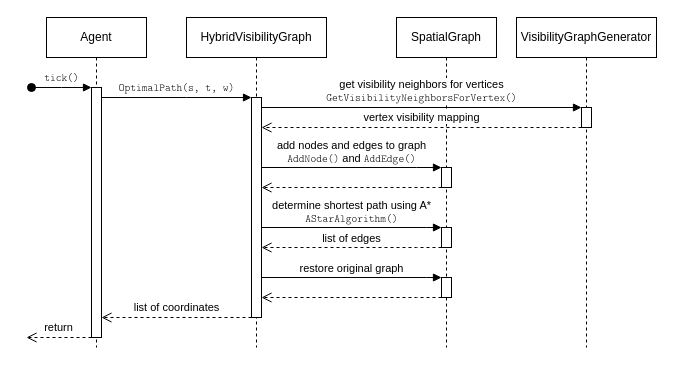
Earlier version of the draw.io diagram presentation/images/components-sequence-routing-short.drawio (hauke96/master-thesis). Source tidied: cells renumbered, new cells numbered last; positions are measured from the earlier drawing's top-left corner, leaving out a move shared by most shapes. Both pictures are drawn from the tidied source at 100%, with x=0, y=0 at pixel (26, 17).
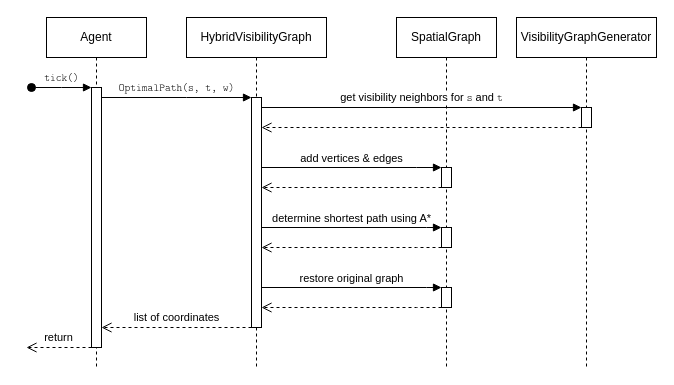
After the change.

The change refers to these unchanged cells:
```xml
<mxCell id="10" style="html=1;points=[];perimeter=orthogonalPerimeter;outlineConnect=0;targetShapes=umlLifeline;portConstraint=eastwest;newEdgeStyle={&quot;edgeStyle&quot;:&quot;elbowEdgeStyle&quot;,&quot;elbow&quot;:&quot;vertical&quot;,&quot;curved&quot;:0,&quot;rounded&quot;:0};fontFamily=Linux Libertine;" parent="9" vertex="1">
  <mxGeometry x="65" y="90" width="10" height="20" as="geometry" />
</mxCell>
<mxCell id="13" style="html=1;points=[];perimeter=orthogonalPerimeter;outlineConnect=0;targetShapes=umlLifeline;portConstraint=eastwest;newEdgeStyle={&quot;edgeStyle&quot;:&quot;elbowEdgeStyle&quot;,&quot;elbow&quot;:&quot;vertical&quot;,&quot;curved&quot;:0,&quot;rounded&quot;:0};" parent="12" vertex="1">
  <mxGeometry x="45" y="210" width="10" height="20" as="geometry" />
</mxCell>
<mxCell id="14" style="html=1;points=[];perimeter=orthogonalPerimeter;outlineConnect=0;targetShapes=umlLifeline;portConstraint=eastwest;newEdgeStyle={&quot;edgeStyle&quot;:&quot;elbowEdgeStyle&quot;,&quot;elbow&quot;:&quot;vertical&quot;,&quot;curved&quot;:0,&quot;rounded&quot;:0};" parent="12" vertex="1">
  <mxGeometry x="45" y="150" width="10" height="20" as="geometry" />
</mxCell>
```

Diff of the diagram source:
```diff
@@
     <mxCell id="2" value="Agent" style="shape=umlLifeline;perimeter=lifelinePerimeter;whiteSpace=wrap;html=1;newEdgeStyle={&quot;edgeStyle&quot;:&quot;elbowEdgeStyle&quot;,&quot;elbow&quot;:&quot;vertical&quot;,&quot;curved&quot;:0,&quot;rounded&quot;:0};fontFamily=Linux Libertine;" parent="1" vertex="1">
-      <mxGeometry x="20" width="100" height="330" as="geometry" />
+      <mxGeometry x="20" width="100" height="350" as="geometry" />
     </mxCell>
     <mxCell id="3" style="html=1;points=[];perimeter=orthogonalPerimeter;outlineConnect=0;targetShapes=umlLifeline;portConstraint=eastwest;newEdgeStyle={&quot;edgeStyle&quot;:&quot;elbowEdgeStyle&quot;,&quot;elbow&quot;:&quot;vertical&quot;,&quot;curved&quot;:0,&quot;rounded&quot;:0};fontFamily=Linux Libertine;" parent="2" vertex="1">
-      <mxGeometry x="45" y="70" width="10" height="250" as="geometry" />
+      <mxGeometry x="45" y="70" width="10" height="260" as="geometry" />
     </mxCell>
@@
     <mxCell id="5" value="HybridVisibilityGraph" style="shape=umlLifeline;perimeter=lifelinePerimeter;whiteSpace=wrap;html=1;newEdgeStyle={&quot;edgeStyle&quot;:&quot;elbowEdgeStyle&quot;,&quot;elbow&quot;:&quot;vertical&quot;,&quot;curved&quot;:0,&quot;rounded&quot;:0};fontFamily=Linux Libertine;" parent="1" vertex="1">
-      <mxGeometry x="160" width="140" height="330" as="geometry" />
+      <mxGeometry x="160" width="140" height="350" as="geometry" />
     </mxCell>
     <mxCell id="6" style="html=1;points=[];perimeter=orthogonalPerimeter;outlineConnect=0;targetShapes=umlLifeline;portConstraint=eastwest;newEdgeStyle={&quot;edgeStyle&quot;:&quot;elbowEdgeStyle&quot;,&quot;elbow&quot;:&quot;vertical&quot;,&quot;curved&quot;:0,&quot;rounded&quot;:0};fontFamily=Linux Libertine;" parent="5" vertex="1">
-      <mxGeometry x="65" y="80" width="10" height="220" as="geometry" />
+      <mxGeometry x="65" y="80" width="10" height="230" as="geometry" />
     </mxCell>
@@
     <mxCell id="8" value="list of coordinates" style="html=1;verticalAlign=bottom;endArrow=open;dashed=1;endSize=8;edgeStyle=elbowEdgeStyle;elbow=vertical;curved=0;rounded=0;fontFamily=Linux Libertine;spacing=3;" parent="1" edge="1" source="6" target="3">
       <mxGeometry relative="1" as="geometry">
         <Array as="points">
-          <mxPoint x="210" y="300" />
+          <mxPoint x="210" y="310" />
           <mxPoint x="200" y="290" />
           <mxPoint x="110" y="280" />
           <mxPoint x="150" y="260" />
           <mxPoint x="180" y="190" />
           <mxPoint x="100" y="230" />
           <mxPoint x="190" y="190" />
           <mxPoint x="220" y="200" />
           <mxPoint x="170" y="240" />
         </Array>
       </mxGeometry>
     </mxCell>
     <mxCell id="9" value="&lt;div&gt;VisibilityGraphGenerator&lt;/div&gt;" style="shape=umlLifeline;perimeter=lifelinePerimeter;whiteSpace=wrap;html=1;newEdgeStyle={&quot;edgeStyle&quot;:&quot;elbowEdgeStyle&quot;,&quot;elbow&quot;:&quot;vertical&quot;,&quot;curved&quot;:0,&quot;rounded&quot;:0};fontFamily=Linux Libertine;" parent="1" vertex="1">
-      <mxGeometry x="490" width="140" height="330" as="geometry" />
+      <mxGeometry x="490" width="140" height="350" as="geometry" />
     </mxCell>
@@
     <mxCell id="11" value="return" style="html=1;verticalAlign=bottom;endArrow=open;dashed=1;endSize=8;edgeStyle=elbowEdgeStyle;elbow=vertical;curved=0;rounded=0;fontFamily=Linux Libertine;spacing=3;" parent="1" edge="1" source="3">
       <mxGeometry relative="1" as="geometry">
-        <mxPoint y="320" as="targetPoint" />
+        <mxPoint y="330" as="targetPoint" />
         <Array as="points">
-          <mxPoint x="50" y="320" />
+          <mxPoint x="50" y="330" />
           <mxPoint x="40" y="390" />
           <mxPoint x="60" y="330" />
           <mxPoint x="50" y="350" />
           <mxPoint x="30" y="330" />
           <mxPoint x="105" y="390" />
           <mxPoint x="135" y="400" />
           <mxPoint x="85" y="440" />
         </Array>
       </mxGeometry>
     </mxCell>
     <mxCell id="12" value="SpatialGraph" style="shape=umlLifeline;perimeter=lifelinePerimeter;whiteSpace=wrap;html=1;newEdgeStyle={&quot;edgeStyle&quot;:&quot;elbowEdgeStyle&quot;,&quot;elbow&quot;:&quot;vertical&quot;,&quot;curved&quot;:0,&quot;rounded&quot;:0};fontFamily=Linux Libertine;" parent="1" vertex="1">
-      <mxGeometry x="370" width="100" height="330" as="geometry" />
+      <mxGeometry x="370" width="100" height="350" as="geometry" />
     </mxCell>
@@
     <mxCell id="15" style="html=1;points=[];perimeter=orthogonalPerimeter;outlineConnect=0;targetShapes=umlLifeline;portConstraint=eastwest;newEdgeStyle={&quot;edgeStyle&quot;:&quot;elbowEdgeStyle&quot;,&quot;elbow&quot;:&quot;vertical&quot;,&quot;curved&quot;:0,&quot;rounded&quot;:0};" parent="12" vertex="1">
-      <mxGeometry x="45" y="260" width="10" height="20" as="geometry" />
+      <mxGeometry x="45" y="270" width="10" height="20" as="geometry" />
     </mxCell>
-    <mxCell id="16" value="list of edges" style="html=1;verticalAlign=bottom;endArrow=open;dashed=1;endSize=8;edgeStyle=elbowEdgeStyle;elbow=vertical;curved=0;rounded=0;fontFamily=Linux Libertine;" parent="1" edge="1" source="13" target="6">
+    <mxCell id="16" style="html=1;verticalAlign=bottom;endArrow=open;dashed=1;endSize=8;edgeStyle=elbowEdgeStyle;elbow=vertical;curved=0;rounded=0;fontFamily=Linux Libertine;" parent="1" edge="1" source="13" target="6">
       <mxGeometry relative="1" as="geometry">
         <Array as="points">
           <mxPoint x="390" y="230" />
           <mxPoint x="340" y="270" />
           <mxPoint x="550" y="270" />
           <mxPoint x="500" y="240" />
           <mxPoint x="550" y="220" />
           <mxPoint x="360" y="190" />
         </Array>
       </mxGeometry>
     </mxCell>
-    <mxCell id="17" value="&lt;div&gt;determine shortest path using A*&lt;/div&gt;&lt;div&gt;&lt;font face=&quot;Latin Modern Mono Light&quot;&gt;AStarAlgorithm()&lt;/font&gt;&lt;br&gt;&lt;/div&gt;" style="html=1;verticalAlign=bottom;endArrow=block;edgeStyle=elbowEdgeStyle;elbow=vertical;curved=0;rounded=0;fontFamily=Linux Libertine;" parent="1" edge="1" source="6" target="13">
+    <mxCell id="17" value="&lt;div&gt;determine shortest path using A*&lt;/div&gt;" style="html=1;verticalAlign=bottom;endArrow=block;edgeStyle=elbowEdgeStyle;elbow=vertical;curved=0;rounded=0;fontFamily=Linux Libertine;" parent="1" edge="1" source="6" target="13">
       <mxGeometry relative="1" as="geometry">
         <Array as="points">
           <mxPoint x="400" y="210" />
           <mxPoint x="350" y="240" />
           <mxPoint x="540" y="240" />
           <mxPoint x="570" y="220" />
           <mxPoint x="520" y="210" />
           <mxPoint x="520" y="200" />
           <mxPoint x="510" y="180" />
           <mxPoint x="440" y="190" />
         </Array>
       </mxGeometry>
     </mxCell>
-    <mxCell id="18" value="&lt;div&gt;add nodes and edges to graph&lt;/div&gt;&lt;div&gt;&lt;font face=&quot;Latin Modern Mono Light&quot;&gt;AddNode()&lt;/font&gt; and &lt;font face=&quot;Latin Modern Mono Light&quot;&gt;AddEdge()&lt;/font&gt;&lt;br&gt;&lt;/div&gt;" style="html=1;verticalAlign=bottom;endArrow=block;edgeStyle=elbowEdgeStyle;elbow=vertical;curved=0;rounded=0;fontFamily=Linux Libertine;" parent="1" edge="1" source="6" target="14">
+    <mxCell id="18" value="add vertices &amp;amp; edges" style="html=1;verticalAlign=bottom;endArrow=block;edgeStyle=elbowEdgeStyle;elbow=vertical;curved=0;rounded=0;fontFamily=Linux Libertine;" parent="1" edge="1" source="6" target="14">
       <mxGeometry relative="1" as="geometry">
         <Array as="points">
           <mxPoint x="390" y="150" />
           <mxPoint x="520" y="160" />
         </Array>
       </mxGeometry>
     </mxCell>
@@
-    <mxCell id="20" value="restore original graph" style="html=1;verticalAlign=bottom;endArrow=block;edgeStyle=elbowEdgeStyle;elbow=vertical;curved=0;rounded=0;fontFamily=Linux Libertine;" parent="1" edge="1" source="6" target="15">
+    <mxCell id="20" value="restore original graph" style="html=1;verticalAlign=bottom;endArrow=block;edgeStyle=elbowEdgeStyle;elbow=vertical;curved=0;rounded=0;fontFamily=Linux Libertine;" parent="1" edge="1" target="15">
       <mxGeometry relative="1" as="geometry">
+        <mxPoint x="235" y="270" as="sourcePoint" />
         <Array as="points">
-          <mxPoint x="400" y="260" />
-          <mxPoint x="380" y="320" />
+          <mxPoint x="400" y="270" />
+          <mxPoint x="380" y="330" />
         </Array>
       </mxGeometry>
     </mxCell>
-    <mxCell id="21" style="html=1;verticalAlign=bottom;endArrow=open;dashed=1;endSize=8;edgeStyle=elbowEdgeStyle;elbow=vertical;curved=0;rounded=0;" parent="1" edge="1" source="15" target="6">
+    <mxCell id="21" style="html=1;verticalAlign=bottom;endArrow=open;dashed=1;endSize=8;edgeStyle=elbowEdgeStyle;elbow=vertical;curved=0;rounded=0;" parent="1" edge="1" source="15">
       <mxGeometry relative="1" as="geometry">
+        <mxPoint x="235" y="290" as="targetPoint" />
         <Array as="points">
-          <mxPoint x="390" y="280" />
+          <mxPoint x="390" y="290" />
         </Array>
       </mxGeometry>
     </mxCell>
-    <mxCell id="22" value="vertex visibility mapping" style="html=1;verticalAlign=bottom;endArrow=open;dashed=1;endSize=8;edgeStyle=elbowEdgeStyle;elbow=vertical;curved=0;rounded=0;fontFamily=Linux Libertine;spacing=3;" parent="1" edge="1" source="10" target="6">
+    <mxCell id="22" style="html=1;verticalAlign=bottom;endArrow=open;dashed=1;endSize=8;edgeStyle=elbowEdgeStyle;elbow=vertical;curved=0;rounded=0;fontFamily=Linux Libertine;spacing=3;" parent="1" edge="1" source="10" target="6">
       <mxGeometry relative="1" as="geometry">
         <Array as="points">
           <mxPoint x="550" y="110" />
           <mxPoint x="420" y="130" />
           <mxPoint x="410" y="170" />
           <mxPoint x="400" y="140" />
           <mxPoint x="400" y="160" />
           <mxPoint x="400" y="180" />
           <mxPoint x="410" y="220" />
           <mxPoint x="420" y="180" />
         </Array>
       </mxGeometry>
     </mxCell>
-    <mxCell id="23" value="&lt;div&gt;get visibility neighbors for vertices&lt;/div&gt;&lt;div&gt;&lt;font face=&quot;Latin Modern Mono Light&quot;&gt;GetVisibilityNeighborsForVertex()&lt;/font&gt;&lt;br&gt;&lt;/div&gt;" style="html=1;verticalAlign=bottom;endArrow=block;edgeStyle=elbowEdgeStyle;elbow=vertical;curved=0;rounded=0;fontFamily=Linux Libertine;spacing=3;labelBorderColor=none;labelBackgroundColor=#FFFFFF;" parent="1" edge="1" source="6" target="10">
+    <mxCell id="23" value="&lt;div&gt;get visibility neighbors for &lt;font face=&quot;Latin Modern Mono Light&quot;&gt;s&lt;/font&gt; and &lt;font face=&quot;Latin Modern Mono Light&quot;&gt;t&lt;/font&gt;&lt;br&gt;&lt;/div&gt;" style="html=1;verticalAlign=bottom;endArrow=block;edgeStyle=elbowEdgeStyle;elbow=vertical;curved=0;rounded=0;fontFamily=Linux Libertine;spacing=3;labelBorderColor=none;labelBackgroundColor=#FFFFFF;" parent="1" edge="1" source="6" target="10">
       <mxGeometry relative="1" as="geometry">
         <Array as="points">
           <mxPoint x="420" y="90" />
           <mxPoint x="410" y="100" />
           <mxPoint x="280" y="100" />
           <mxPoint x="350" y="110" />
           <mxPoint x="430" y="90" />
           <mxPoint x="400" y="120" />
           <mxPoint x="310" y="210" />
         </Array>
       </mxGeometry>
     </mxCell>
```
